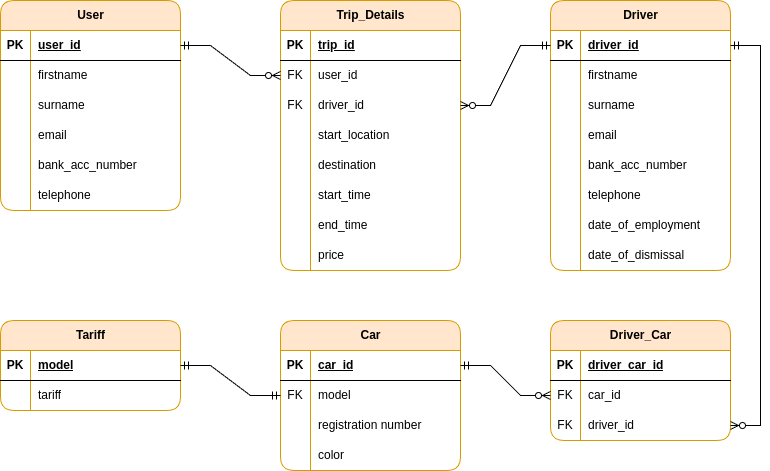
The draw.io diagram docs/logical-model.png in 31esc/bd-project, before a commit. Source tidied: cells renumbered, new cells last; positions are measured from the earlier drawing's top-left corner, leaving out a move shared by most shapes.
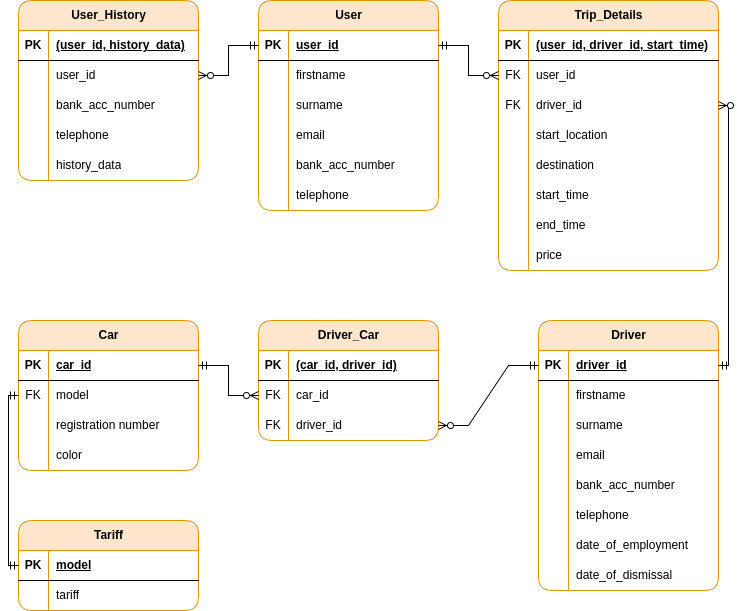
After the change.

Diff of the diagram source:
```diff
@@ -3,7 +3,7 @@
     <mxCell id="0" />
     <mxCell id="1" parent="0" />
     <mxCell id="2" value="User" style="shape=table;startSize=30;rowLines=0;fontStyle=1;align=center;html=1;swimlaneFillColor=default;fillColor=#ffe6cc;strokeColor=#d79b00;rounded=1;" parent="1" vertex="1">
-      <mxGeometry width="180" height="210" as="geometry" />
+      <mxGeometry x="200" width="180" height="210" as="geometry" />
     </mxCell>
     <mxCell id="3" style="shape=tableRow;horizontal=0;startSize=0;swimlaneHead=0;swimlaneBody=0;fillColor=none;points=[[0,0.5],[1,0.5]];portConstraint=eastwest;top=0;left=0;right=0;bottom=1;" parent="2" vertex="1">
       <mxGeometry y="30" width="180" height="30" as="geometry" />
@@ -60,82 +60,82 @@
       <mxGeometry x="30" width="150" height="30" as="geometry" />
     </mxCell>
     <mxCell id="21" value="&lt;span style=&quot;font-family: Arial; text-wrap: wrap;&quot;&gt;&lt;font style=&quot;font-size: 12px;&quot;&gt;Trip_Details&lt;/font&gt;&lt;/span&gt;" style="shape=table;startSize=30;rowLines=0;fontStyle=1;align=center;html=1;fillColor=#ffe6cc;strokeColor=#d79b00;gradientColor=none;swimlaneFillColor=default;rounded=1;" parent="1" vertex="1">
-      <mxGeometry x="280" width="180" height="270" as="geometry" />
+      <mxGeometry x="440" width="220" height="270" as="geometry" />
     </mxCell>
     <mxCell id="22" style="shape=tableRow;horizontal=0;startSize=0;swimlaneHead=0;swimlaneBody=0;fillColor=none;top=0;left=0;right=0;bottom=1;" parent="21" vertex="1">
-      <mxGeometry y="30" width="180" height="30" as="geometry" />
+      <mxGeometry y="30" width="220" height="30" as="geometry" />
     </mxCell>
     <mxCell id="23" value="PK" style="shape=partialRectangle;fillColor=none;top=0;left=0;bottom=0;right=0;fontStyle=1;overflow=hidden;whiteSpace=wrap;html=1;" parent="22" vertex="1">
       <mxGeometry width="30" height="30" as="geometry" />
     </mxCell>
-    <mxCell id="24" value="trip_id" style="shape=partialRectangle;fillColor=none;top=0;left=0;bottom=0;right=0;align=left;spacingLeft=6;fontStyle=5;overflow=hidden;whiteSpace=wrap;html=1;" parent="22" vertex="1">
-      <mxGeometry x="30" width="150" height="30" as="geometry" />
+    <mxCell id="24" value="(user_id,&amp;nbsp;driver_id,&amp;nbsp;start_time)" style="shape=partialRectangle;fillColor=none;top=0;left=0;bottom=0;right=0;align=left;spacingLeft=6;fontStyle=5;overflow=hidden;whiteSpace=wrap;html=1;" parent="22" vertex="1">
+      <mxGeometry x="30" width="190" height="30" as="geometry" />
     </mxCell>
     <mxCell id="25" style="shape=tableRow;horizontal=0;startSize=0;swimlaneHead=0;swimlaneBody=0;fillColor=none;points=[[0,0.5],[1,0.5]];portConstraint=eastwest;top=0;left=0;right=0;bottom=0;" parent="21" vertex="1">
-      <mxGeometry y="60" width="180" height="30" as="geometry" />
+      <mxGeometry y="60" width="220" height="30" as="geometry" />
     </mxCell>
     <mxCell id="26" value="FK" style="shape=partialRectangle;fillColor=none;top=0;left=0;bottom=0;right=0;overflow=hidden;whiteSpace=wrap;html=1;" parent="25" vertex="1">
       <mxGeometry width="30" height="30" as="geometry" />
     </mxCell>
     <mxCell id="27" value="user_id" style="shape=partialRectangle;fillColor=none;top=0;left=0;bottom=0;right=0;align=left;spacingLeft=6;overflow=hidden;whiteSpace=wrap;html=1;" parent="25" vertex="1">
-      <mxGeometry x="30" width="150" height="30" as="geometry" />
+      <mxGeometry x="30" width="190" height="30" as="geometry" />
     </mxCell>
     <mxCell id="28" style="shape=tableRow;horizontal=0;startSize=0;swimlaneHead=0;swimlaneBody=0;fillColor=none;points=[[0,0.5],[1,0.5]];portConstraint=eastwest;top=0;left=0;right=0;bottom=0;" parent="21" vertex="1">
-      <mxGeometry y="90" width="180" height="30" as="geometry" />
+      <mxGeometry y="90" width="220" height="30" as="geometry" />
     </mxCell>
     <mxCell id="29" value="FK" style="shape=partialRectangle;fillColor=none;top=0;left=0;bottom=0;right=0;overflow=hidden;whiteSpace=wrap;html=1;" parent="28" vertex="1">
       <mxGeometry width="30" height="30" as="geometry" />
     </mxCell>
     <mxCell id="30" value="driver_id" style="shape=partialRectangle;fillColor=none;top=0;left=0;bottom=0;right=0;align=left;spacingLeft=6;overflow=hidden;whiteSpace=wrap;html=1;" parent="28" vertex="1">
-      <mxGeometry x="30" width="150" height="30" as="geometry" />
+      <mxGeometry x="30" width="190" height="30" as="geometry" />
     </mxCell>
     <mxCell id="31" style="shape=tableRow;horizontal=0;startSize=0;swimlaneHead=0;swimlaneBody=0;fillColor=none;top=0;left=0;right=0;bottom=0;" parent="21" vertex="1">
-      <mxGeometry y="120" width="180" height="30" as="geometry" />
+      <mxGeometry y="120" width="220" height="30" as="geometry" />
     </mxCell>
     <mxCell id="32" style="shape=partialRectangle;fillColor=none;top=0;left=0;bottom=0;right=0;overflow=hidden;whiteSpace=wrap;html=1;" parent="31" vertex="1">
       <mxGeometry width="30" height="30" as="geometry" />
     </mxCell>
     <mxCell id="33" value="start_location" style="shape=partialRectangle;fillColor=none;top=0;left=0;bottom=0;right=0;align=left;spacingLeft=6;overflow=hidden;whiteSpace=wrap;html=1;" parent="31" vertex="1">
-      <mxGeometry x="30" width="150" height="30" as="geometry" />
+      <mxGeometry x="30" width="190" height="30" as="geometry" />
     </mxCell>
     <mxCell id="34" style="shape=tableRow;horizontal=0;startSize=0;swimlaneHead=0;swimlaneBody=0;fillColor=none;top=0;left=0;right=0;bottom=0;" parent="21" vertex="1">
-      <mxGeometry y="150" width="180" height="30" as="geometry" />
+      <mxGeometry y="150" width="220" height="30" as="geometry" />
     </mxCell>
     <mxCell id="35" style="shape=partialRectangle;fillColor=none;top=0;left=0;bottom=0;right=0;overflow=hidden;whiteSpace=wrap;html=1;" parent="34" vertex="1">
       <mxGeometry width="30" height="30" as="geometry" />
     </mxCell>
     <mxCell id="36" value="destination" style="shape=partialRectangle;fillColor=none;top=0;left=0;bottom=0;right=0;align=left;spacingLeft=6;overflow=hidden;whiteSpace=wrap;html=1;" parent="34" vertex="1">
-      <mxGeometry x="30" width="150" height="30" as="geometry" />
+      <mxGeometry x="30" width="190" height="30" as="geometry" />
     </mxCell>
     <mxCell id="37" style="shape=tableRow;horizontal=0;startSize=0;swimlaneHead=0;swimlaneBody=0;fillColor=none;top=0;left=0;right=0;bottom=0;" parent="21" vertex="1">
-      <mxGeometry y="180" width="180" height="30" as="geometry" />
+      <mxGeometry y="180" width="220" height="30" as="geometry" />
     </mxCell>
     <mxCell id="38" style="shape=partialRectangle;fillColor=none;top=0;left=0;bottom=0;right=0;overflow=hidden;whiteSpace=wrap;html=1;" parent="37" vertex="1">
       <mxGeometry width="30" height="30" as="geometry" />
     </mxCell>
     <mxCell id="39" value="start_time" style="shape=partialRectangle;fillColor=none;top=0;left=0;bottom=0;right=0;align=left;spacingLeft=6;overflow=hidden;whiteSpace=wrap;html=1;" parent="37" vertex="1">
-      <mxGeometry x="30" width="150" height="30" as="geometry" />
+      <mxGeometry x="30" width="190" height="30" as="geometry" />
     </mxCell>
     <mxCell id="40" style="shape=tableRow;horizontal=0;startSize=0;swimlaneHead=0;swimlaneBody=0;fillColor=none;top=0;left=0;right=0;bottom=0;" parent="21" vertex="1">
-      <mxGeometry y="210" width="180" height="30" as="geometry" />
+      <mxGeometry y="210" width="220" height="30" as="geometry" />
     </mxCell>
     <mxCell id="41" style="shape=partialRectangle;fillColor=none;top=0;left=0;bottom=0;right=0;overflow=hidden;whiteSpace=wrap;html=1;" parent="40" vertex="1">
       <mxGeometry width="30" height="30" as="geometry" />
     </mxCell>
     <mxCell id="42" value="end_time" style="shape=partialRectangle;fillColor=none;top=0;left=0;bottom=0;right=0;align=left;spacingLeft=6;overflow=hidden;whiteSpace=wrap;html=1;" parent="40" vertex="1">
-      <mxGeometry x="30" width="150" height="30" as="geometry" />
+      <mxGeometry x="30" width="190" height="30" as="geometry" />
     </mxCell>
     <mxCell id="43" style="shape=tableRow;horizontal=0;startSize=0;swimlaneHead=0;swimlaneBody=0;fillColor=none;top=0;left=0;right=0;bottom=0;" parent="21" vertex="1">
-      <mxGeometry y="240" width="180" height="30" as="geometry" />
+      <mxGeometry y="240" width="220" height="30" as="geometry" />
     </mxCell>
     <mxCell id="44" style="shape=partialRectangle;fillColor=none;top=0;left=0;bottom=0;right=0;overflow=hidden;whiteSpace=wrap;html=1;" parent="43" vertex="1">
       <mxGeometry width="30" height="30" as="geometry" />
     </mxCell>
     <mxCell id="45" value="price" style="shape=partialRectangle;fillColor=none;top=0;left=0;bottom=0;right=0;align=left;spacingLeft=6;overflow=hidden;whiteSpace=wrap;html=1;" parent="43" vertex="1">
-      <mxGeometry x="30" width="150" height="30" as="geometry" />
+      <mxGeometry x="30" width="190" height="30" as="geometry" />
     </mxCell>
     <mxCell id="46" value="Driver" style="shape=table;startSize=30;rowLines=0;fontStyle=1;align=center;html=1;fillColor=#ffe6cc;strokeColor=#d79b00;rounded=1;swimlaneFillColor=default;" parent="1" vertex="1">
-      <mxGeometry x="550" width="180" height="270" as="geometry" />
+      <mxGeometry x="480" y="320" width="180" height="270" as="geometry" />
     </mxCell>
     <mxCell id="47" style="shape=tableRow;horizontal=0;startSize=0;swimlaneHead=0;swimlaneBody=0;fillColor=none;points=[[0,0.5],[1,0.5]];portConstraint=eastwest;top=0;left=0;right=0;bottom=1;" parent="46" vertex="1">
       <mxGeometry y="30" width="180" height="30" as="geometry" />
@@ -210,7 +210,7 @@
       <mxGeometry x="30" width="150" height="30" as="geometry" />
     </mxCell>
     <mxCell id="71" value="Driver_Car" style="shape=table;startSize=30;rowLines=0;fontStyle=1;align=center;html=1;fillColor=#ffe6cc;strokeColor=#d79b00;rounded=1;swimlaneFillColor=default;" parent="1" vertex="1">
-      <mxGeometry x="550" y="320" width="180" height="120" as="geometry" />
+      <mxGeometry x="200" y="320" width="180" height="120" as="geometry" />
     </mxCell>
     <mxCell id="72" style="shape=tableRow;horizontal=0;startSize=0;swimlaneHead=0;swimlaneBody=0;fillColor=none;top=0;left=0;right=0;bottom=1;" parent="71" vertex="1">
       <mxGeometry y="30" width="180" height="30" as="geometry" />
@@ -218,7 +218,7 @@
     <mxCell id="73" value="PK" style="shape=partialRectangle;fillColor=none;top=0;left=0;bottom=0;right=0;fontStyle=1;overflow=hidden;whiteSpace=wrap;html=1;" parent="72" vertex="1">
       <mxGeometry width="30" height="30" as="geometry" />
     </mxCell>
-    <mxCell id="74" value="driver_car_id" style="shape=partialRectangle;fillColor=none;top=0;left=0;bottom=0;right=0;align=left;spacingLeft=6;fontStyle=5;overflow=hidden;whiteSpace=wrap;html=1;" parent="72" vertex="1">
+    <mxCell id="74" value="(car_id,&amp;nbsp;driver_id)" style="shape=partialRectangle;fillColor=none;top=0;left=0;bottom=0;right=0;align=left;spacingLeft=6;fontStyle=5;overflow=hidden;whiteSpace=wrap;html=1;" parent="72" vertex="1">
       <mxGeometry x="30" width="150" height="30" as="geometry" />
     </mxCell>
     <mxCell id="75" style="shape=tableRow;horizontal=0;startSize=0;swimlaneHead=0;swimlaneBody=0;fillColor=none;points=[[0,0.5],[1,0.5]];portConstraint=eastwest;top=0;left=0;right=0;bottom=0;" parent="71" vertex="1">
@@ -240,7 +240,7 @@
       <mxGeometry x="30" width="150" height="30" as="geometry" />
     </mxCell>
     <mxCell id="81" value="Car" style="shape=table;startSize=30;rowLines=0;fontStyle=1;align=center;html=1;fillColor=#ffe6cc;strokeColor=#d79b00;rounded=1;swimlaneFillColor=default;" parent="1" vertex="1">
-      <mxGeometry x="280" y="320" width="180" height="150" as="geometry" />
+      <mxGeometry x="-40" y="320" width="180" height="150" as="geometry" />
     </mxCell>
     <mxCell id="82" style="shape=tableRow;horizontal=0;startSize=0;swimlaneHead=0;swimlaneBody=0;fillColor=none;points=[[0,0.5],[1,0.5]];portConstraint=eastwest;top=0;left=0;right=0;bottom=1;" parent="81" vertex="1">
       <mxGeometry y="30" width="180" height="30" as="geometry" />
@@ -281,10 +281,10 @@
     <mxCell id="94" style="edgeStyle=entityRelationEdgeStyle;fontSize=12;html=1;endArrow=ERzeroToMany;startArrow=ERmandOne;rounded=0;exitX=1;exitY=0.5;exitDx=0;exitDy=0;entryX=0;entryY=0.5;entryDx=0;entryDy=0;" parent="1" edge="1" source="3" target="25">
       <mxGeometry relative="1" as="geometry" />
     </mxCell>
-    <mxCell id="95" style="edgeStyle=entityRelationEdgeStyle;fontSize=12;html=1;endArrow=ERzeroToMany;startArrow=ERmandOne;rounded=0;exitX=0;exitY=0.5;exitDx=0;exitDy=0;entryX=1;entryY=0.5;entryDx=0;entryDy=0;" parent="1" edge="1" source="47" target="28">
+    <mxCell id="95" style="edgeStyle=orthogonalEdgeStyle;fontSize=12;html=1;endArrow=ERzeroToMany;startArrow=ERmandOne;rounded=0;entryX=1;entryY=0.5;entryDx=0;entryDy=0;exitX=1;exitY=0.5;exitDx=0;exitDy=0;" parent="1" edge="1" source="47" target="28">
       <mxGeometry relative="1" as="geometry" />
     </mxCell>
-    <mxCell id="96" style="edgeStyle=entityRelationEdgeStyle;fontSize=12;html=1;endArrow=ERzeroToMany;startArrow=ERmandOne;rounded=0;exitX=1;exitY=0.5;exitDx=0;exitDy=0;entryX=1;entryY=0.5;entryDx=0;entryDy=0;" parent="1" edge="1" source="47" target="78">
+    <mxCell id="96" style="edgeStyle=entityRelationEdgeStyle;fontSize=12;html=1;endArrow=ERzeroToMany;startArrow=ERmandOne;rounded=0;exitX=0;exitY=0.5;exitDx=0;exitDy=0;entryX=1;entryY=0.5;entryDx=0;entryDy=0;" parent="1" edge="1" source="47" target="78">
       <mxGeometry relative="1" as="geometry" />
     </mxCell>
     <mxCell id="97" style="edgeStyle=entityRelationEdgeStyle;fontSize=12;html=1;endArrow=ERzeroToMany;startArrow=ERmandOne;rounded=0;entryX=0;entryY=0.5;entryDx=0;entryDy=0;exitX=1;exitY=0.5;exitDx=0;exitDy=0;" parent="1" edge="1" source="82" target="75">
@@ -295,7 +295,7 @@
       </mxGeometry>
     </mxCell>
     <mxCell id="98" value="&lt;span style=&quot;text-align: left; text-wrap: wrap;&quot;&gt;Tariff&lt;/span&gt;" style="shape=table;startSize=30;rowLines=0;fontStyle=1;align=center;html=1;fillColor=#ffe6cc;strokeColor=#d79b00;rounded=1;swimlaneFillColor=default;" parent="1" vertex="1">
-      <mxGeometry y="320" width="180" height="90" as="geometry" />
+      <mxGeometry x="-40" y="520" width="180" height="90" as="geometry" />
     </mxCell>
     <mxCell id="99" style="shape=tableRow;horizontal=0;startSize=0;swimlaneHead=0;swimlaneBody=0;fillColor=none;points=[[0,0.5],[1,0.5]];portConstraint=eastwest;top=0;left=0;right=0;bottom=1;" parent="98" vertex="1">
       <mxGeometry y="30" width="180" height="30" as="geometry" />
@@ -315,7 +315,58 @@
     <mxCell id="104" value="tariff" style="shape=partialRectangle;fillColor=none;top=0;left=0;bottom=0;right=0;align=left;spacingLeft=6;overflow=hidden;whiteSpace=wrap;html=1;" parent="102" vertex="1">
       <mxGeometry x="30" width="150" height="30" as="geometry" />
     </mxCell>
+    <mxCell id="106" value="User_History" style="shape=table;startSize=30;rowLines=0;fontStyle=1;align=center;html=1;swimlaneFillColor=default;fillColor=#ffe6cc;strokeColor=#d79b00;rounded=1;" parent="1" vertex="1">
+      <mxGeometry x="-40" width="180" height="180" as="geometry" />
+    </mxCell>
+    <mxCell id="107" style="shape=tableRow;horizontal=0;startSize=0;swimlaneHead=0;swimlaneBody=0;fillColor=none;top=0;left=0;right=0;bottom=1;" parent="106" vertex="1">
+      <mxGeometry y="30" width="180" height="30" as="geometry" />
+    </mxCell>
+    <mxCell id="108" value="PK" style="shape=partialRectangle;fillColor=none;top=0;left=0;bottom=0;right=0;fontStyle=1;overflow=hidden;whiteSpace=wrap;html=1;" parent="107" vertex="1">
+      <mxGeometry width="30" height="30" as="geometry" />
+    </mxCell>
+    <mxCell id="109" value="(user_id,&amp;nbsp;history_data)" style="shape=partialRectangle;fillColor=none;top=0;left=0;bottom=0;right=0;align=left;spacingLeft=6;fontStyle=5;overflow=hidden;whiteSpace=wrap;html=1;" parent="107" vertex="1">
+      <mxGeometry x="30" width="150" height="30" as="geometry" />
+    </mxCell>
+    <mxCell id="110" style="shape=tableRow;horizontal=0;startSize=0;swimlaneHead=0;swimlaneBody=0;fillColor=none;points=[[0,0.5],[1,0.5]];portConstraint=eastwest;top=0;left=0;right=0;bottom=0;" parent="106" vertex="1">
+      <mxGeometry y="60" width="180" height="30" as="geometry" />
+    </mxCell>
+    <mxCell id="111" style="shape=partialRectangle;fillColor=none;top=0;left=0;bottom=0;right=0;overflow=hidden;whiteSpace=wrap;html=1;" parent="110" vertex="1">
+      <mxGeometry width="30" height="30" as="geometry" />
+    </mxCell>
+    <mxCell id="112" value="user_id" style="shape=partialRectangle;fillColor=none;top=0;left=0;bottom=0;right=0;align=left;spacingLeft=6;overflow=hidden;whiteSpace=wrap;html=1;" parent="110" vertex="1">
+      <mxGeometry x="30" width="150" height="30" as="geometry" />
+    </mxCell>
+    <mxCell id="113" style="shape=tableRow;horizontal=0;startSize=0;swimlaneHead=0;swimlaneBody=0;fillColor=none;top=0;left=0;right=0;bottom=0;" parent="106" vertex="1">
+      <mxGeometry y="90" width="180" height="30" as="geometry" />
+    </mxCell>
+    <mxCell id="114" style="shape=partialRectangle;fillColor=none;top=0;left=0;bottom=0;right=0;overflow=hidden;whiteSpace=wrap;html=1;" parent="113" vertex="1">
+      <mxGeometry width="30" height="30" as="geometry" />
+    </mxCell>
+    <mxCell id="115" value="bank_acc_number" style="shape=partialRectangle;fillColor=none;top=0;left=0;bottom=0;right=0;align=left;spacingLeft=6;overflow=hidden;whiteSpace=wrap;html=1;" parent="113" vertex="1">
+      <mxGeometry x="30" width="150" height="30" as="geometry" />
+    </mxCell>
+    <mxCell id="116" style="shape=tableRow;horizontal=0;startSize=0;swimlaneHead=0;swimlaneBody=0;fillColor=none;top=0;left=0;right=0;bottom=0;" parent="106" vertex="1">
+      <mxGeometry y="120" width="180" height="30" as="geometry" />
+    </mxCell>
+    <mxCell id="117" style="shape=partialRectangle;fillColor=none;top=0;left=0;bottom=0;right=0;overflow=hidden;whiteSpace=wrap;html=1;" parent="116" vertex="1">
+      <mxGeometry width="30" height="30" as="geometry" />
+    </mxCell>
+    <mxCell id="118" value="telephone" style="shape=partialRectangle;fillColor=none;top=0;left=0;bottom=0;right=0;align=left;spacingLeft=6;overflow=hidden;whiteSpace=wrap;html=1;" parent="116" vertex="1">
+      <mxGeometry x="30" width="150" height="30" as="geometry" />
+    </mxCell>
+    <mxCell id="119" style="shape=tableRow;horizontal=0;startSize=0;swimlaneHead=0;swimlaneBody=0;fillColor=none;top=0;left=0;right=0;bottom=0;" parent="106" vertex="1">
+      <mxGeometry y="150" width="180" height="30" as="geometry" />
+    </mxCell>
+    <mxCell id="120" style="shape=partialRectangle;fillColor=none;top=0;left=0;bottom=0;right=0;overflow=hidden;whiteSpace=wrap;html=1;" parent="119" vertex="1">
+      <mxGeometry width="30" height="30" as="geometry" />
+    </mxCell>
+    <mxCell id="121" value="history_data" style="shape=partialRectangle;fillColor=none;top=0;left=0;bottom=0;right=0;align=left;spacingLeft=6;overflow=hidden;whiteSpace=wrap;html=1;" parent="119" vertex="1">
+      <mxGeometry x="30" width="150" height="30" as="geometry" />
+    </mxCell>
+    <mxCell id="122" style="edgeStyle=entityRelationEdgeStyle;fontSize=12;html=1;endArrow=ERzeroToMany;startArrow=ERmandOne;rounded=0;exitX=0;exitY=0.5;exitDx=0;exitDy=0;entryX=1;entryY=0.5;entryDx=0;entryDy=0;" parent="1" edge="1" source="3" target="110">
+      <mxGeometry relative="1" as="geometry" />
+    </mxCell>
-    <mxCell id="105" style="edgeStyle=entityRelationEdgeStyle;fontSize=12;html=1;endArrow=ERmandOne;startArrow=ERmandOne;rounded=0;exitX=1;exitY=0.5;exitDx=0;exitDy=0;entryX=0;entryY=0.5;entryDx=0;entryDy=0;" parent="1" edge="1" source="99" target="85">
+    <mxCell id="105" style="edgeStyle=orthogonalEdgeStyle;fontSize=12;html=1;endArrow=ERmandOne;startArrow=ERmandOne;rounded=0;entryX=0;entryY=0.5;entryDx=0;entryDy=0;exitX=0;exitY=0.5;exitDx=0;exitDy=0;" parent="1" edge="1" source="99" target="85">
       <mxGeometry relative="1" as="geometry" />
     </mxCell>
   </root>
```
